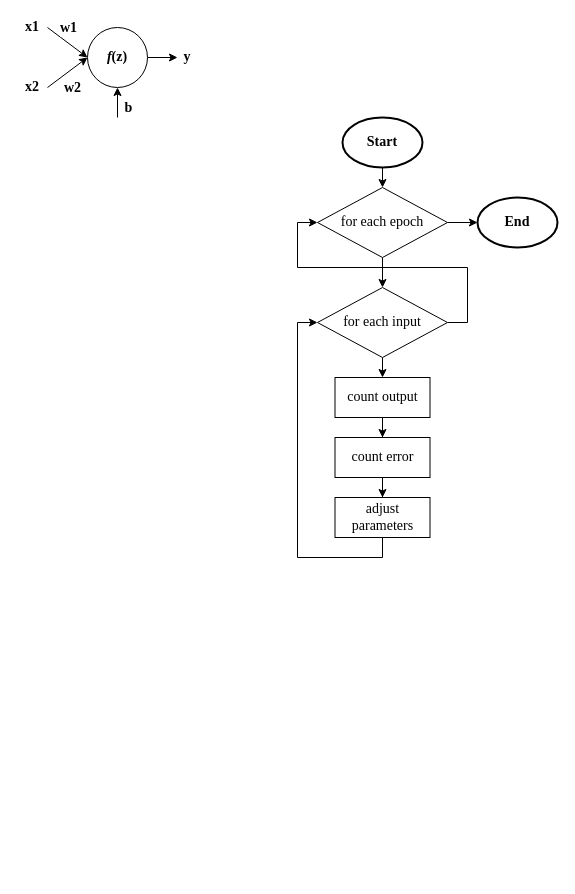
The draw.io diagram Perceptron/README_img/perceptron.drawio in jurkovicmartin/ML-Fundamentals, before the edit. Source tidied: cells renumbered, new cells numbered last; positions are measured from the earlier drawing's top-left corner, leaving out a move shared by most shapes. Both pictures are drawn from the tidied source at 100%, with x=0, y=0 at pixel (17, 17).
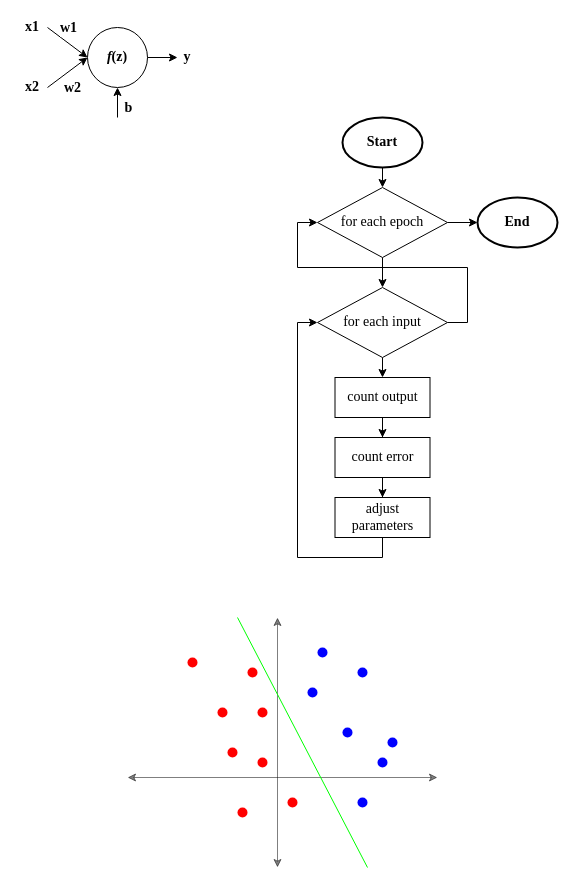
The same page after the edit.

Change to the diagram source:
```diff
@@
+    <mxCell id="28" style="endArrow=classic;startArrow=classic;html=1;rounded=0;opacity=50;" parent="1" edge="1">
+      <mxGeometry relative="1" as="geometry">
+        <mxPoint x="110" y="760" as="sourcePoint" />
+        <mxPoint x="420" y="760" as="targetPoint" />
+      </mxGeometry>
+    </mxCell>
+    <mxCell id="29" style="endArrow=classic;startArrow=classic;html=1;rounded=0;opacity=50;" parent="1" edge="1">
+      <mxGeometry relative="1" as="geometry">
+        <mxPoint x="260" y="600" as="sourcePoint" />
+        <mxPoint x="260" y="850" as="targetPoint" />
+      </mxGeometry>
+    </mxCell>
+    <mxCell id="30" style="ellipse;whiteSpace=wrap;html=1;fillColor=#0000ff;strokeColor=none;" parent="1" vertex="1">
+      <mxGeometry x="290" y="670" width="10" height="10" as="geometry" />
+    </mxCell>
+    <mxCell id="31" style="ellipse;whiteSpace=wrap;html=1;fillColor=#0000ff;strokeColor=none;" parent="1" vertex="1">
+      <mxGeometry x="325" y="710" width="10" height="10" as="geometry" />
+    </mxCell>
+    <mxCell id="32" style="ellipse;whiteSpace=wrap;html=1;fillColor=#0000ff;strokeColor=none;" parent="1" vertex="1">
+      <mxGeometry x="340" y="650" width="10" height="10" as="geometry" />
+    </mxCell>
+    <mxCell id="33" style="ellipse;whiteSpace=wrap;html=1;fillColor=#0000ff;strokeColor=none;" parent="1" vertex="1">
+      <mxGeometry x="370" y="720" width="10" height="10" as="geometry" />
+    </mxCell>
+    <mxCell id="34" style="ellipse;whiteSpace=wrap;html=1;fillColor=#0000ff;strokeColor=none;" parent="1" vertex="1">
+      <mxGeometry x="300" y="630" width="10" height="10" as="geometry" />
+    </mxCell>
+    <mxCell id="35" style="ellipse;whiteSpace=wrap;html=1;fillColor=#0000ff;strokeColor=none;" parent="1" vertex="1">
+      <mxGeometry x="340" y="780" width="10" height="10" as="geometry" />
+    </mxCell>
+    <mxCell id="36" style="ellipse;whiteSpace=wrap;html=1;fillColor=#ff0000;strokeColor=none;" parent="1" vertex="1">
+      <mxGeometry x="200" y="690" width="10" height="10" as="geometry" />
+    </mxCell>
+    <mxCell id="37" style="ellipse;whiteSpace=wrap;html=1;fillColor=#0000ff;strokeColor=none;" parent="1" vertex="1">
+      <mxGeometry x="360" y="740" width="10" height="10" as="geometry" />
+    </mxCell>
+    <mxCell id="38" style="ellipse;whiteSpace=wrap;html=1;fillColor=#ff0000;strokeColor=none;" parent="1" vertex="1">
+      <mxGeometry x="240" y="740" width="10" height="10" as="geometry" />
+    </mxCell>
+    <mxCell id="39" style="ellipse;whiteSpace=wrap;html=1;fillColor=#ff0000;strokeColor=none;" parent="1" vertex="1">
+      <mxGeometry x="230" y="650" width="10" height="10" as="geometry" />
+    </mxCell>
+    <mxCell id="40" style="ellipse;whiteSpace=wrap;html=1;fillColor=#ff0000;strokeColor=none;" parent="1" vertex="1">
+      <mxGeometry x="210" y="730" width="10" height="10" as="geometry" />
+    </mxCell>
+    <mxCell id="41" style="ellipse;whiteSpace=wrap;html=1;fillColor=#ff0000;strokeColor=none;" parent="1" vertex="1">
+      <mxGeometry x="270" y="780" width="10" height="10" as="geometry" />
+    </mxCell>
+    <mxCell id="42" style="ellipse;whiteSpace=wrap;html=1;fillColor=#ff0000;strokeColor=none;" parent="1" vertex="1">
+      <mxGeometry x="220" y="790" width="10" height="10" as="geometry" />
+    </mxCell>
+    <mxCell id="43" style="ellipse;whiteSpace=wrap;html=1;fillColor=#ff0000;strokeColor=none;" parent="1" vertex="1">
+      <mxGeometry x="170" y="640" width="10" height="10" as="geometry" />
+    </mxCell>
+    <mxCell id="44" style="ellipse;whiteSpace=wrap;html=1;fillColor=#ff0000;strokeColor=none;" parent="1" vertex="1">
+      <mxGeometry x="240" y="690" width="10" height="10" as="geometry" />
+    </mxCell>
+    <mxCell id="45" style="endArrow=none;html=1;rounded=0;strokeColor=#00ff00;" parent="1" edge="1">
+      <mxGeometry relative="1" as="geometry">
+        <mxPoint x="220" y="600" as="sourcePoint" />
+        <mxPoint x="350" y="850" as="targetPoint" />
+      </mxGeometry>
+    </mxCell>
```
